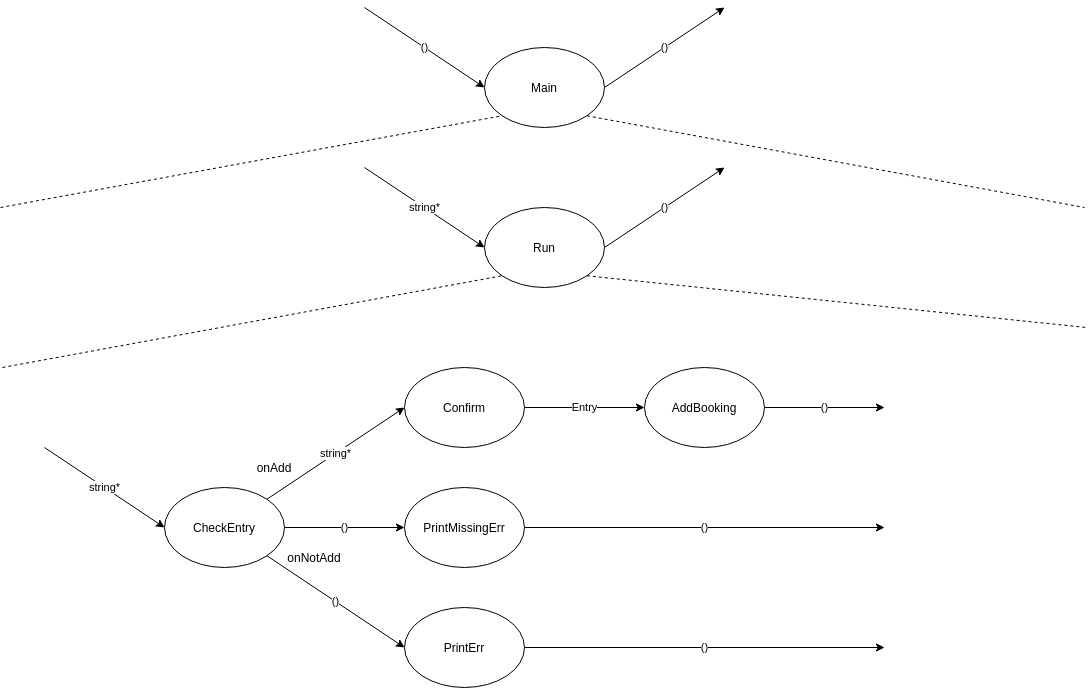
Above: aufgabe7_mit_FD_neu.docs/booking.png in Braafisch/Systemarchitekturen-mit-.net (draw.io), before the change. Source tidied: cells renumbered, new cells last; positions are measured from the earlier drawing's top-left corner, leaving out a move shared by most shapes. Its diagram source:
```xml
<mxGraphModel>
  <root>
    <mxCell id="0" />
    <mxCell id="1" parent="0" />
    <mxCell id="2" value="string*" style="rounded=0;jettySize=auto;html=1;exitX=1;exitY=0;exitDx=0;exitDy=0;entryX=0;entryY=0.5;entryDx=0;entryDy=0;" parent="1" edge="1" source="5" target="7">
      <mxGeometry relative="1" as="geometry" />
    </mxCell>
    <mxCell id="3" value="()" style="rounded=0;jettySize=auto;html=1;exitX=1;exitY=1;exitDx=0;exitDy=0;entryX=0;entryY=0.5;entryDx=0;entryDy=0;" parent="1" edge="1" source="5" target="10">
      <mxGeometry relative="1" as="geometry" />
    </mxCell>
    <mxCell id="4" value="()" style="edgeStyle=none;rounded=0;jettySize=auto;html=1;exitX=1;exitY=0.5;exitDx=0;exitDy=0;" parent="1" edge="1" source="5" target="13">
      <mxGeometry relative="1" as="geometry" />
    </mxCell>
    <mxCell id="5" value="CheckEntry" style="ellipse;whiteSpace=wrap;html=1;" parent="1" vertex="1">
      <mxGeometry x="164" y="480" width="120" height="80" as="geometry" />
    </mxCell>
    <mxCell id="6" value="Entry" style="edgeStyle=none;rounded=0;jettySize=auto;html=1;exitX=1;exitY=0.5;exitDx=0;exitDy=0;entryX=0;entryY=0.5;entryDx=0;entryDy=0;" parent="1" edge="1" source="7" target="15">
      <mxGeometry relative="1" as="geometry" />
    </mxCell>
    <mxCell id="7" value="Confirm" style="ellipse;whiteSpace=wrap;html=1;" parent="1" vertex="1">
      <mxGeometry x="404" y="360" width="120" height="80" as="geometry" />
    </mxCell>
    <mxCell id="8" value="onAdd" style="text;html=1;strokeColor=none;fillColor=none;align=center;verticalAlign=middle;whiteSpace=wrap;rounded=0;" parent="1" vertex="1">
      <mxGeometry x="254" y="450" width="40" height="20" as="geometry" />
    </mxCell>
    <mxCell id="9" value="()" style="edgeStyle=none;rounded=0;jettySize=auto;html=1;exitX=1;exitY=0.5;exitDx=0;exitDy=0;" parent="1" edge="1" source="10">
      <mxGeometry relative="1" as="geometry">
        <mxPoint x="884" y="640" as="targetPoint" />
      </mxGeometry>
    </mxCell>
    <mxCell id="10" value="PrintErr" style="ellipse;whiteSpace=wrap;html=1;" parent="1" vertex="1">
      <mxGeometry x="404" y="600" width="120" height="80" as="geometry" />
    </mxCell>
    <mxCell id="11" value="onNotAdd" style="text;html=1;strokeColor=none;fillColor=none;align=center;verticalAlign=middle;whiteSpace=wrap;rounded=0;" parent="1" vertex="1">
      <mxGeometry x="294" y="540" width="40" height="20" as="geometry" />
    </mxCell>
    <mxCell id="12" value="()" style="edgeStyle=none;rounded=0;jettySize=auto;html=1;exitX=1;exitY=0.5;exitDx=0;exitDy=0;" parent="1" edge="1" source="13">
      <mxGeometry relative="1" as="geometry">
        <mxPoint x="884" y="520" as="targetPoint" />
      </mxGeometry>
    </mxCell>
    <mxCell id="13" value="PrintMissingErr" style="ellipse;whiteSpace=wrap;html=1;" parent="1" vertex="1">
      <mxGeometry x="404" y="480" width="120" height="80" as="geometry" />
    </mxCell>
    <mxCell id="14" value="()" style="edgeStyle=none;rounded=0;jettySize=auto;html=1;exitX=1;exitY=0.5;exitDx=0;exitDy=0;" parent="1" edge="1" source="15">
      <mxGeometry relative="1" as="geometry">
        <mxPoint x="884" y="400" as="targetPoint" />
      </mxGeometry>
    </mxCell>
    <mxCell id="15" value="AddBooking" style="ellipse;whiteSpace=wrap;html=1;" parent="1" vertex="1">
      <mxGeometry x="644" y="360" width="120" height="80" as="geometry" />
    </mxCell>
    <mxCell id="16" value="string*" style="endArrow=classic;html=1;entryX=0;entryY=0.5;entryDx=0;entryDy=0;" parent="1" edge="1" target="5">
      <mxGeometry relative="1" as="geometry">
        <mxPoint x="44" y="440" as="sourcePoint" />
      </mxGeometry>
    </mxCell>
    <mxCell id="17" value="()" style="edgeStyle=none;rounded=0;jettySize=auto;html=1;exitX=1;exitY=0.5;exitDx=0;exitDy=0;" parent="1" edge="1" source="18">
      <mxGeometry relative="1" as="geometry">
        <mxPoint x="724" as="targetPoint" />
      </mxGeometry>
    </mxCell>
    <mxCell id="18" value="Main" style="ellipse;whiteSpace=wrap;html=1;" parent="1" vertex="1">
      <mxGeometry x="484" y="40" width="120" height="80" as="geometry" />
    </mxCell>
    <mxCell id="19" value="()" style="endArrow=classic;html=1;entryX=0;entryY=0.5;entryDx=0;entryDy=0;" parent="1" edge="1" target="18">
      <mxGeometry relative="1" as="geometry">
        <mxPoint x="364" as="sourcePoint" />
      </mxGeometry>
    </mxCell>
    <mxCell id="20" value="()" style="edgeStyle=none;rounded=0;jettySize=auto;html=1;exitX=1;exitY=0.5;exitDx=0;exitDy=0;" parent="1" edge="1" source="21">
      <mxGeometry relative="1" as="geometry">
        <mxPoint x="724" y="160" as="targetPoint" />
      </mxGeometry>
    </mxCell>
    <mxCell id="21" value="Run" style="ellipse;whiteSpace=wrap;html=1;" parent="1" vertex="1">
      <mxGeometry x="484" y="200" width="120" height="80" as="geometry" />
    </mxCell>
    <mxCell id="22" style="endArrow=none;dashed=1;html=1;entryX=0;entryY=1;entryDx=0;entryDy=0;" parent="1" edge="1" target="18">
      <mxGeometry relative="1" as="geometry">
        <mxPoint y="200" as="sourcePoint" />
      </mxGeometry>
    </mxCell>
    <mxCell id="23" style="endArrow=none;dashed=1;html=1;exitX=1;exitY=1;exitDx=0;exitDy=0;" parent="1" edge="1" source="18">
      <mxGeometry relative="1" as="geometry">
        <mxPoint x="1084" y="200" as="targetPoint" />
      </mxGeometry>
    </mxCell>
    <mxCell id="24" value="string*" style="endArrow=classic;html=1;entryX=0;entryY=0.5;entryDx=0;entryDy=0;" parent="1" edge="1" target="21">
      <mxGeometry relative="1" as="geometry">
        <mxPoint x="364" y="160" as="sourcePoint" />
      </mxGeometry>
    </mxCell>
    <mxCell id="25" style="endArrow=none;dashed=1;html=1;entryX=0;entryY=1;entryDx=0;entryDy=0;" parent="1" edge="1" target="21">
      <mxGeometry relative="1" as="geometry">
        <mxPoint x="2" y="360" as="sourcePoint" />
      </mxGeometry>
    </mxCell>
    <mxCell id="26" style="endArrow=none;dashed=1;html=1;exitX=1;exitY=1;exitDx=0;exitDy=0;" parent="1" edge="1" source="21">
      <mxGeometry relative="1" as="geometry">
        <mxPoint x="1086" y="320" as="targetPoint" />
      </mxGeometry>
    </mxCell>
  </root>
</mxGraphModel>
```
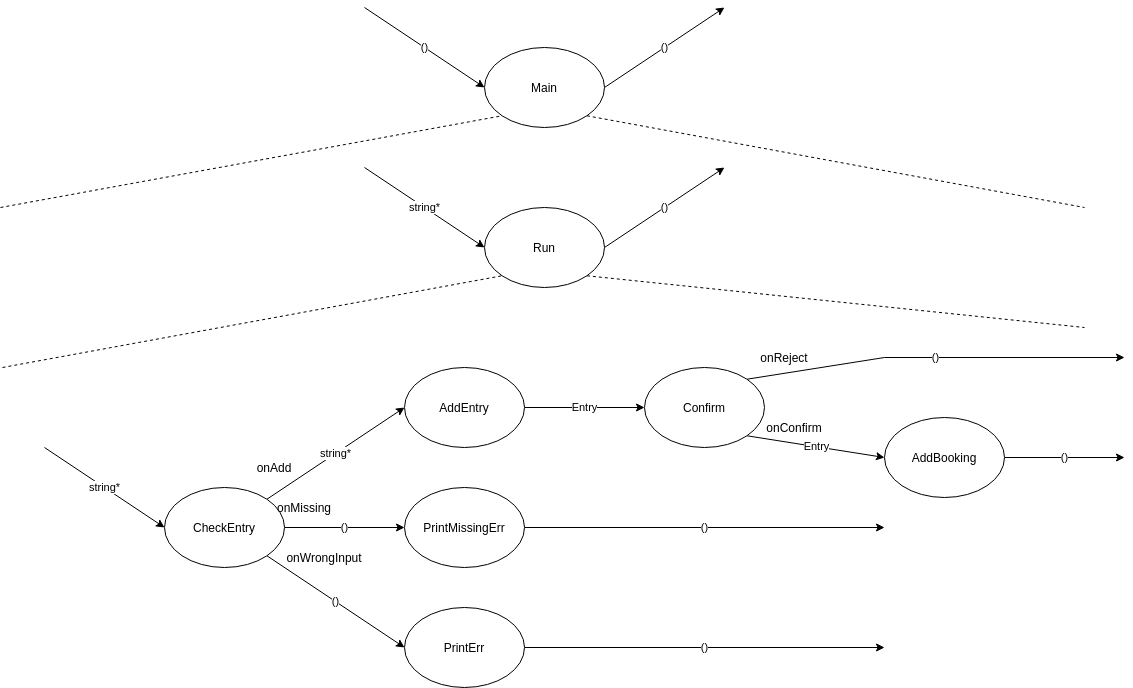
Later version of the same file.

Diff of the diagram source:
```diff
@@ -2,7 +2,7 @@
   <root>
     <mxCell id="0" />
     <mxCell id="1" parent="0" />
-    <mxCell id="2" value="string*" style="rounded=0;jettySize=auto;html=1;exitX=1;exitY=0;exitDx=0;exitDy=0;entryX=0;entryY=0.5;entryDx=0;entryDy=0;" parent="1" edge="1" source="5" target="7">
+    <mxCell id="2" value="string*" style="rounded=0;jettySize=auto;html=1;exitX=1;exitY=0;exitDx=0;exitDy=0;entryX=0;entryY=0.5;entryDx=0;entryDy=0;" parent="1" edge="1" source="5" target="29">
       <mxGeometry relative="1" as="geometry" />
     </mxCell>
     <mxCell id="3" value="()" style="rounded=0;jettySize=auto;html=1;exitX=1;exitY=1;exitDx=0;exitDy=0;entryX=0;entryY=0.5;entryDx=0;entryDy=0;" parent="1" edge="1" source="5" target="10">
@@ -14,11 +14,19 @@
     <mxCell id="5" value="CheckEntry" style="ellipse;whiteSpace=wrap;html=1;" parent="1" vertex="1">
       <mxGeometry x="164" y="480" width="120" height="80" as="geometry" />
     </mxCell>
-    <mxCell id="6" value="Entry" style="edgeStyle=none;rounded=0;jettySize=auto;html=1;exitX=1;exitY=0.5;exitDx=0;exitDy=0;entryX=0;entryY=0.5;entryDx=0;entryDy=0;" parent="1" edge="1" source="7" target="15">
+    <mxCell id="6" value="Entry" style="edgeStyle=none;rounded=0;jettySize=auto;html=1;exitX=1;exitY=1;exitDx=0;exitDy=0;entryX=0;entryY=0.5;entryDx=0;entryDy=0;" parent="1" edge="1" source="7" target="15">
       <mxGeometry relative="1" as="geometry" />
     </mxCell>
+    <mxCell id="27" value="()" style="rounded=0;jettySize=auto;html=1;exitX=1;exitY=0;exitDx=0;exitDy=0;" parent="1" edge="1" source="7">
+      <mxGeometry relative="1" as="geometry">
+        <mxPoint x="1124" y="350" as="targetPoint" />
+        <Array as="points">
+          <mxPoint x="884" y="350" />
+        </Array>
+      </mxGeometry>
+    </mxCell>
     <mxCell id="7" value="Confirm" style="ellipse;whiteSpace=wrap;html=1;" parent="1" vertex="1">
-      <mxGeometry x="404" y="360" width="120" height="80" as="geometry" />
+      <mxGeometry x="644" y="360" width="120" height="80" as="geometry" />
     </mxCell>
     <mxCell id="8" value="onAdd" style="text;html=1;strokeColor=none;fillColor=none;align=center;verticalAlign=middle;whiteSpace=wrap;rounded=0;" parent="1" vertex="1">
       <mxGeometry x="254" y="450" width="40" height="20" as="geometry" />
@@ -31,8 +39,8 @@
     <mxCell id="10" value="PrintErr" style="ellipse;whiteSpace=wrap;html=1;" parent="1" vertex="1">
       <mxGeometry x="404" y="600" width="120" height="80" as="geometry" />
     </mxCell>
-    <mxCell id="11" value="onNotAdd" style="text;html=1;strokeColor=none;fillColor=none;align=center;verticalAlign=middle;whiteSpace=wrap;rounded=0;" parent="1" vertex="1">
-      <mxGeometry x="294" y="540" width="40" height="20" as="geometry" />
+    <mxCell id="11" value="onWrongInput" style="text;html=1;strokeColor=none;fillColor=none;align=center;verticalAlign=middle;whiteSpace=wrap;rounded=0;" parent="1" vertex="1">
+      <mxGeometry x="304" y="540" width="40" height="20" as="geometry" />
     </mxCell>
     <mxCell id="12" value="()" style="edgeStyle=none;rounded=0;jettySize=auto;html=1;exitX=1;exitY=0.5;exitDx=0;exitDy=0;" parent="1" edge="1" source="13">
       <mxGeometry relative="1" as="geometry">
@@ -44,11 +52,11 @@
     </mxCell>
     <mxCell id="14" value="()" style="edgeStyle=none;rounded=0;jettySize=auto;html=1;exitX=1;exitY=0.5;exitDx=0;exitDy=0;" parent="1" edge="1" source="15">
       <mxGeometry relative="1" as="geometry">
-        <mxPoint x="884" y="400" as="targetPoint" />
+        <mxPoint x="1124" y="450" as="targetPoint" />
       </mxGeometry>
     </mxCell>
     <mxCell id="15" value="AddBooking" style="ellipse;whiteSpace=wrap;html=1;" parent="1" vertex="1">
-      <mxGeometry x="644" y="360" width="120" height="80" as="geometry" />
+      <mxGeometry x="884" y="410" width="120" height="80" as="geometry" />
     </mxCell>
     <mxCell id="16" value="string*" style="endArrow=classic;html=1;entryX=0;entryY=0.5;entryDx=0;entryDy=0;" parent="1" edge="1" target="5">
       <mxGeometry relative="1" as="geometry">
@@ -98,8 +106,23 @@
     </mxCell>
     <mxCell id="26" style="endArrow=none;dashed=1;html=1;exitX=1;exitY=1;exitDx=0;exitDy=0;" parent="1" edge="1" source="21">
       <mxGeometry relative="1" as="geometry">
-        <mxPoint x="1086" y="320" as="targetPoint" />
+        <mxPoint x="1084" y="320" as="targetPoint" />
       </mxGeometry>
     </mxCell>
+    <mxCell id="28" value="Entry" style="edgeStyle=orthogonalEdgeStyle;rounded=0;jettySize=auto;html=1;exitX=1;exitY=0.5;exitDx=0;exitDy=0;entryX=0;entryY=0.5;entryDx=0;entryDy=0;" parent="1" edge="1" source="29" target="7">
+      <mxGeometry relative="1" as="geometry" />
+    </mxCell>
+    <mxCell id="29" value="AddEntry" style="ellipse;whiteSpace=wrap;html=1;" parent="1" vertex="1">
+      <mxGeometry x="404" y="360" width="120" height="80" as="geometry" />
+    </mxCell>
+    <mxCell id="30" value="onMissing" style="text;html=1;strokeColor=none;fillColor=none;align=center;verticalAlign=middle;whiteSpace=wrap;rounded=0;" parent="1" vertex="1">
+      <mxGeometry x="284" y="490" width="40" height="20" as="geometry" />
+    </mxCell>
+    <mxCell id="31" value="onReject" style="text;html=1;strokeColor=none;fillColor=none;align=center;verticalAlign=middle;whiteSpace=wrap;rounded=0;" parent="1" vertex="1">
+      <mxGeometry x="764" y="340" width="40" height="20" as="geometry" />
+    </mxCell>
+    <mxCell id="32" value="onConfirm" style="text;html=1;strokeColor=none;fillColor=none;align=center;verticalAlign=middle;whiteSpace=wrap;rounded=0;" parent="1" vertex="1">
+      <mxGeometry x="774" y="410" width="40" height="20" as="geometry" />
+    </mxCell>
   </root>
 </mxGraphModel>
```
